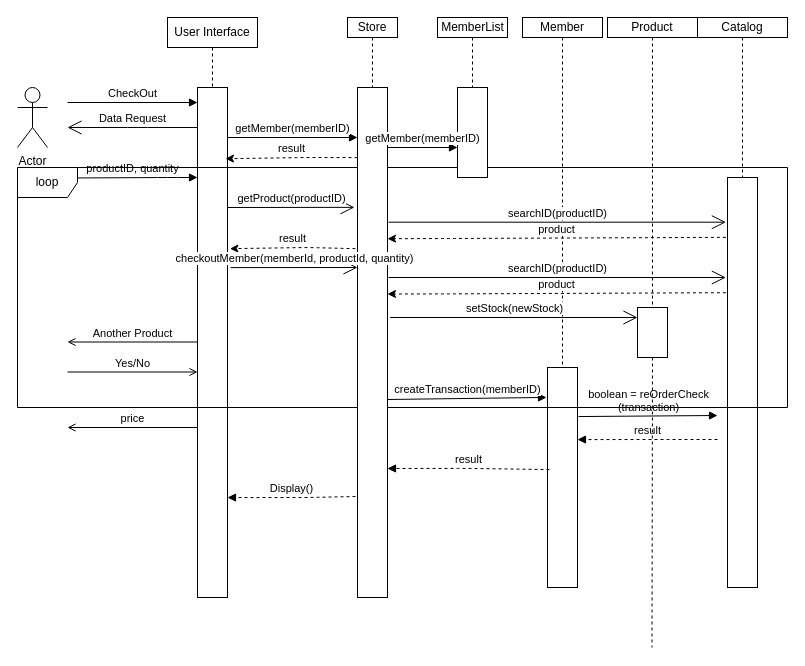
Earlier version of the draw.io diagram Doc/Sequence Diagrams/Diagram 4.drawio (vinnyyo/GroupProject1). Source tidied: cells renumbered, new cells numbered last; positions are measured from the earlier drawing's top-left corner, leaving out a move shared by most shapes. Both pictures are drawn from the tidied source at 100%, with x=0, y=0 at pixel (17, 17).
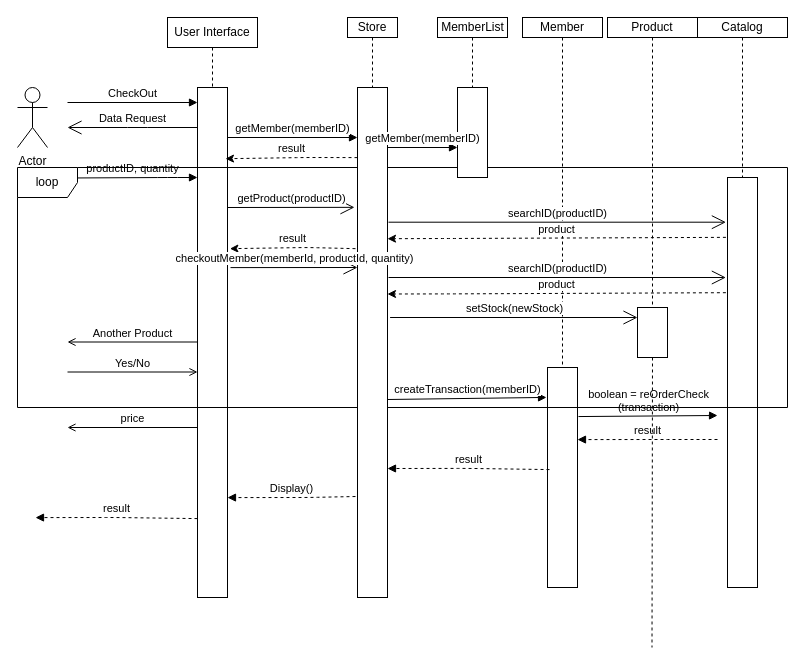
The same diagram, later.

Change to the diagram source:
```diff
@@
+    <mxCell id="48" value="result" style="html=1;verticalAlign=bottom;startArrow=none;endArrow=block;startSize=8;startFill=0;entryX=0;entryY=0.036;entryDx=0;entryDy=0;entryPerimeter=0;dashed=1;exitX=0.067;exitY=0.464;exitDx=0;exitDy=0;exitPerimeter=0;" parent="1" edge="1">
+      <mxGeometry relative="1" as="geometry">
+        <mxPoint x="180" y="501.1" as="sourcePoint" />
+        <mxPoint x="18" y="500.1" as="targetPoint" />
+        <Array as="points">
+          <mxPoint x="98" y="500" />
+          <mxPoint x="18" y="500.1" />
+        </Array>
+      </mxGeometry>
+    </mxCell>
```
